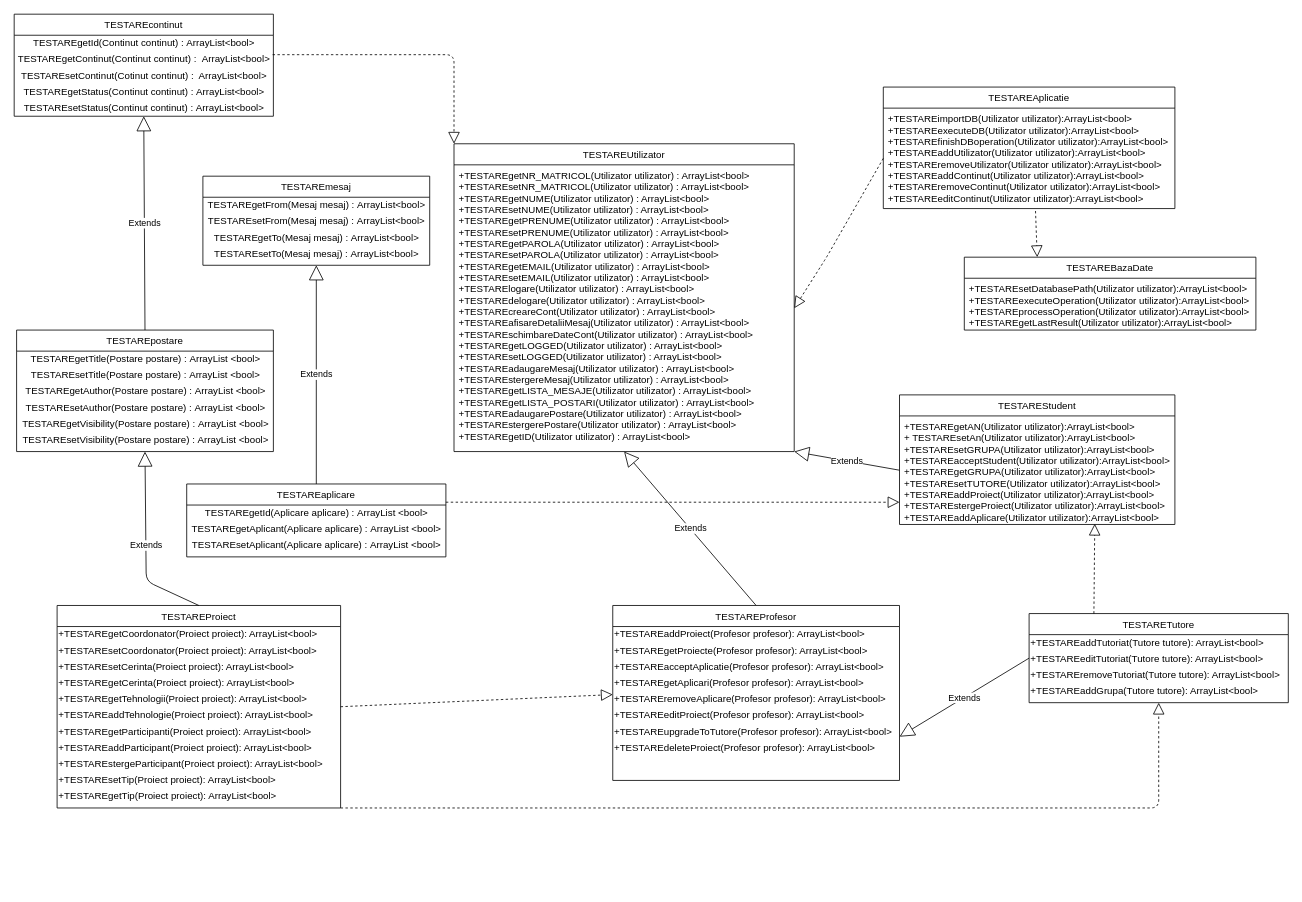
Bogdan405/IP-A7-QA keeps this draw.io diagram as Bogdan/ClaseTestare.drawio. Above is the earlier version. Source tidied: cells renumbered, new cells numbered last; positions are measured from the earlier drawing's top-left corner, leaving out a move shared by most shapes. Both pictures are drawn from the tidied source at 81%, with x=0, y=0 at pixel (14, 14).
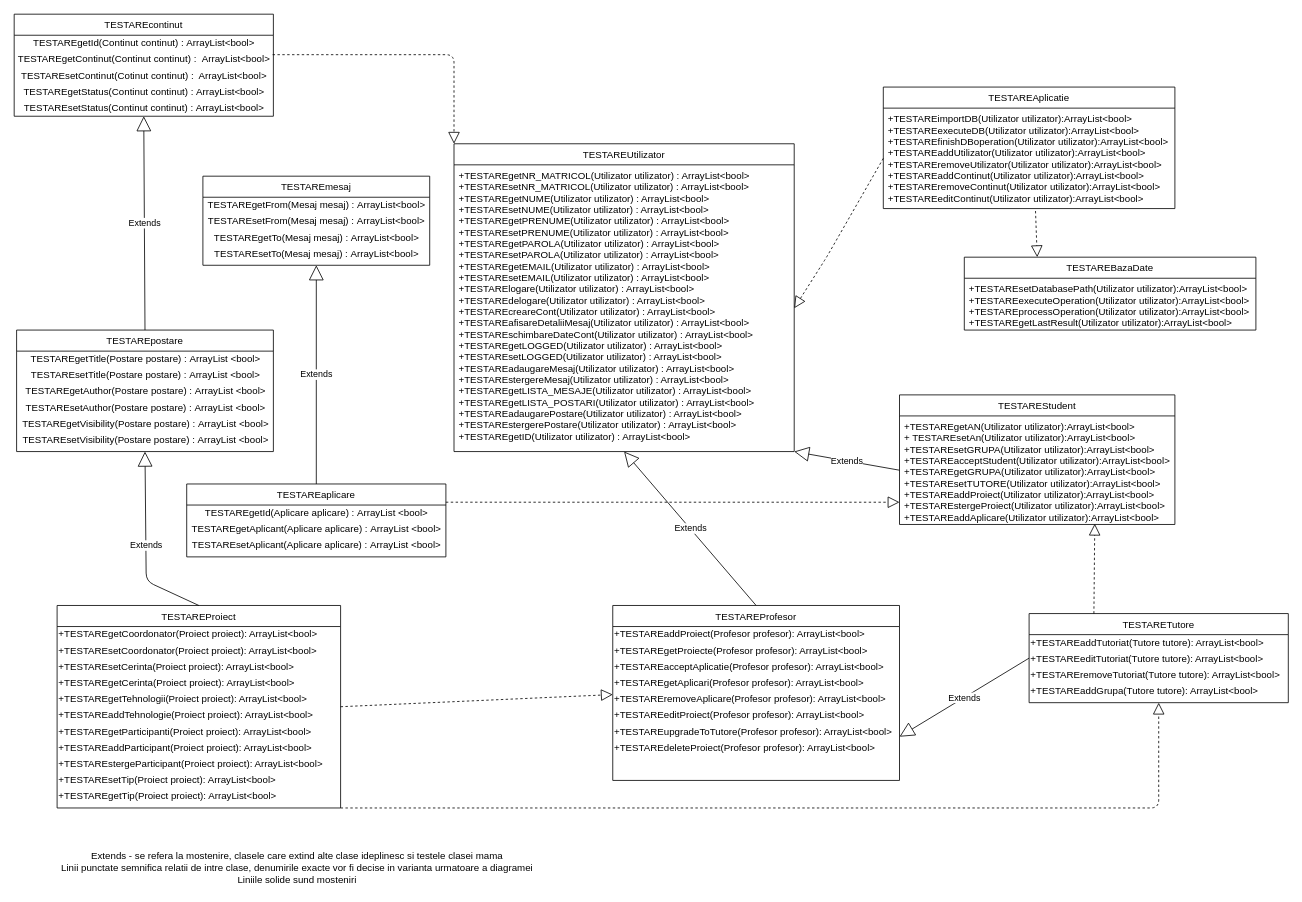
The same page after the edit.

Diff of the diagram source:
```diff
@@
+    <mxCell id="71" value="&lt;div&gt;Extends - se refera la mostenire, clasele care extind alte clase ideplinesc si testele clasei mama&lt;/div&gt;&lt;div&gt;Linii punctate semnifica relatii de intre clase, denumirile exacte vor fi decise in varianta urmatoare a diagramei&lt;/div&gt;&lt;div&gt;Liniile solide sund mosteniri&lt;br&gt;&lt;/div&gt;" style="text;html=1;align=center;verticalAlign=middle;" parent="1" vertex="1">
+      <mxGeometry x="44" y="1029" width="610" height="50" as="geometry" />
+    </mxCell>
```
